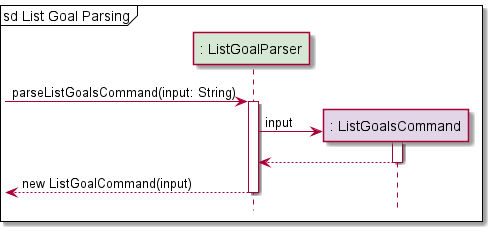
The PlantUML diagram docs/Diagram_Images/Implementation_Diagram_Images/ListGoalsCommandParserSequenceDiagram.png in nus-cs2113-AY2122S1/tp, before a commit.
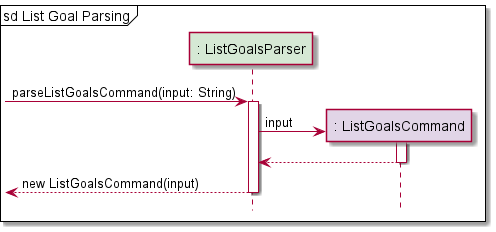
The same diagram one commit later.

Commit message:
Update DG List Goal Implementation

What changed in the source:
```diff
@@ -2,20 +2,20 @@
 
 !include Style.puml
 
-participant ": ListGoalParser" as ListGoalParser PARSER_COLOUR
+participant ": ListGoalsParser" as ListGoalsParser PARSER_COLOUR
 participant ": ListGoalsCommand" as ListGoalsCommand COMMAND_COLOUR
 
 mainframe sd List Goal Parsing
 
--> ListGoalParser: parseListGoalsCommand(input: String)
-activate ListGoalParser
+-> ListGoalsParser: parseListGoalsCommand(input: String)
+activate ListGoalsParser
 create ListGoalsCommand
-ListGoalParser -> ListGoalsCommand: input
+ListGoalsParser -> ListGoalsCommand: input
 activate ListGoalsCommand
 
 return
 
-return new ListGoalCommand(input)
+return new ListGoalsCommand(input)
 
 
 
```
